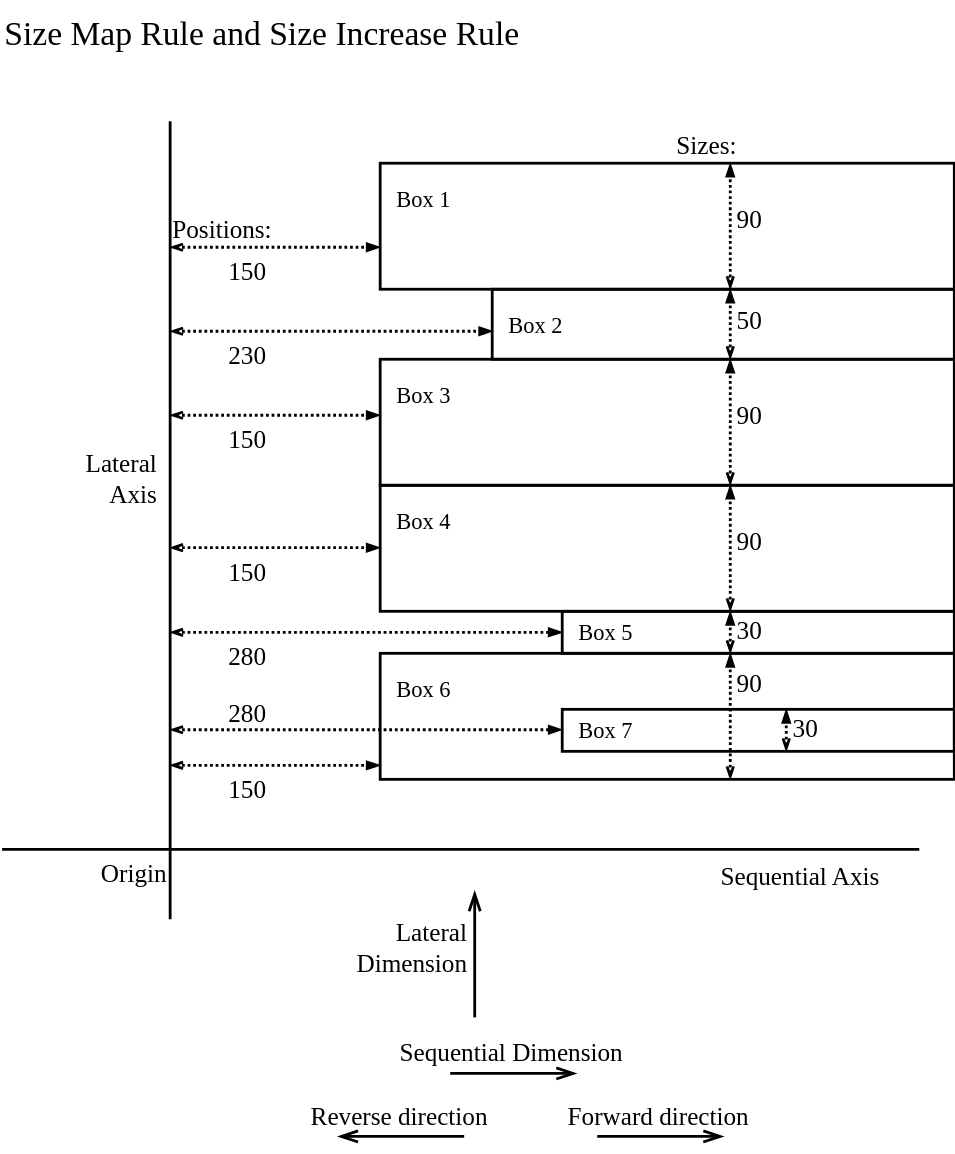
Before: documents/Specification/03ZoomingRules/SizeMapAndIncreaseRules.svg, a diagram exported from draw.io (dasher-project/dasher-web). Source tidied: cells renumbered, new cells last; positions are measured from the earlier drawing's top-left corner, leaving out a move shared by most shapes.
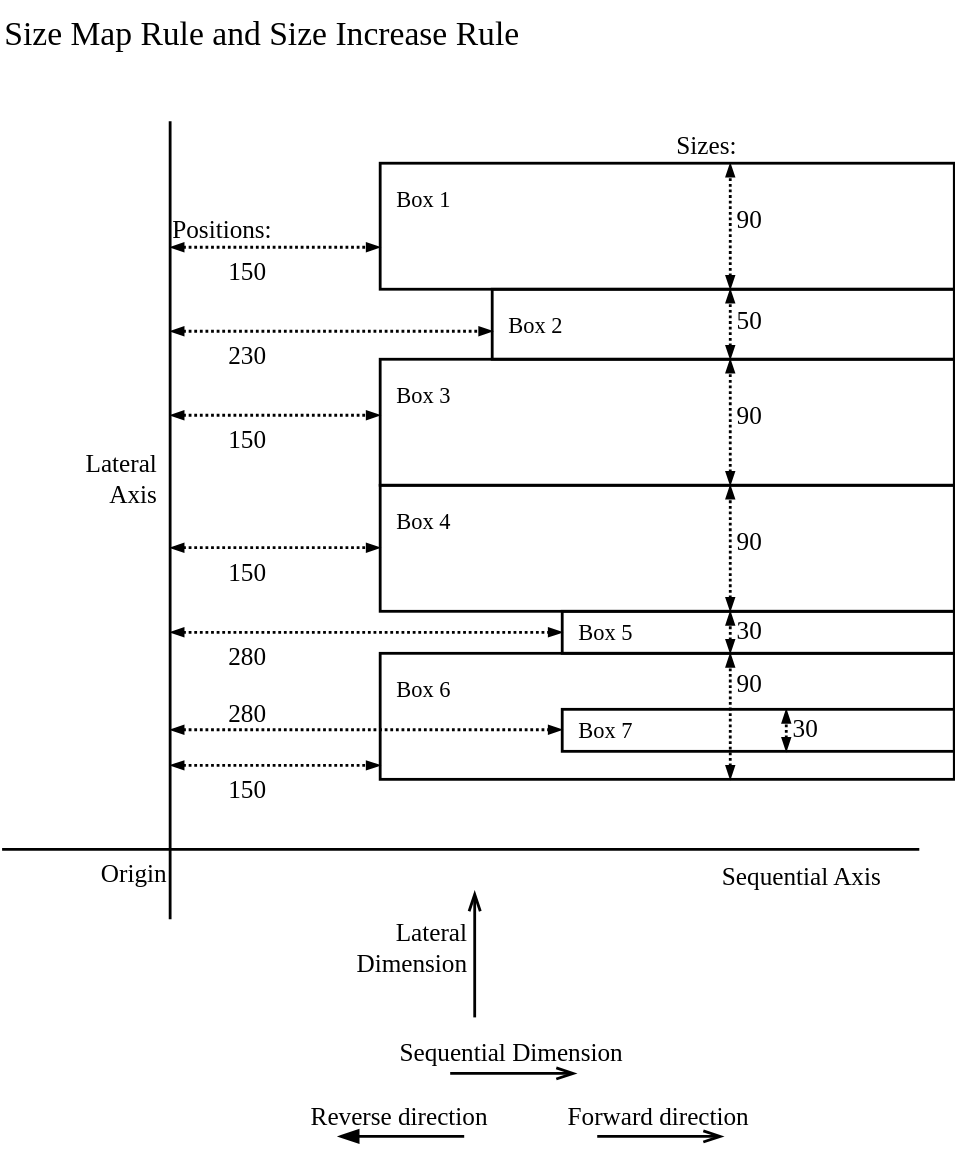
The same diagram one commit later.

Commit message:
Fix all arrow heads to be the same

What changed in the source:
```diff
@@ -39,7 +39,7 @@
         <mxPoint x="515" y="810" as="targetPoint" />
       </mxGeometry>
     </mxCell>
-    <mxCell id="9" value="Reverse direction" style="endArrow=none;fontSize=18;strokeWidth=2;endFill=0;endSize=10;labelBackgroundColor=none;spacingTop=0;align=center;rounded=0;elbow=vertical;fontFamily=Verdana;startArrow=openThin;startFill=0;startSize=10;verticalAlign=bottom;spacing=5;" parent="1" edge="1">
+    <mxCell id="9" value="Reverse direction" style="endArrow=none;fontSize=18;strokeWidth=2;endFill=0;endSize=10;labelBackgroundColor=none;spacingTop=0;align=center;rounded=0;elbow=vertical;fontFamily=Verdana;startArrow=blockThin;startFill=1;startSize=10;verticalAlign=bottom;spacing=5;" parent="1" edge="1">
       <mxGeometry x="-0.03" relative="1" as="geometry">
         <mxPoint x="240" y="810" as="sourcePoint" />
         <mxPoint x="330" y="810" as="targetPoint" />
@@ -63,7 +63,7 @@
     <mxCell id="15" value="Box 6" style="rounded=0;shadow=0;comic=0;labelBackgroundColor=none;strokeWidth=2;fillColor=none;fontFamily=Verdana;fontSize=16;align=left;arcSize=20;spacingTop=10;spacingLeft=10;spacing=2;spacingBottom=10;spacingRight=10;whiteSpace=wrap;verticalAlign=top;" parent="1" vertex="1">
       <mxGeometry x="270" y="465" width="410" height="90" as="geometry" />
     </mxCell>
-    <mxCell id="16" value="90" style="endArrow=blockThin;fontSize=18;strokeWidth=2;endFill=1;endSize=5;labelBackgroundColor=none;spacingTop=0;align=left;rounded=0;elbow=vertical;fontFamily=Verdana;startArrow=openThin;startFill=0;startSize=5;verticalAlign=middle;spacing=5;anchorPointDirection=1;dashed=1;dashPattern=1 1;" parent="1" edge="1">
+    <mxCell id="16" value="90" style="endArrow=blockThin;fontSize=18;strokeWidth=2;endFill=1;endSize=5;labelBackgroundColor=none;spacingTop=0;align=left;rounded=0;elbow=vertical;fontFamily=Verdana;startArrow=blockThin;startFill=1;startSize=5;verticalAlign=middle;spacing=5;anchorPointDirection=1;dashed=1;dashPattern=1 1;" parent="1" edge="1">
       <mxGeometry x="0.11" relative="1" as="geometry">
         <mxPoint x="520" y="205" as="sourcePoint" />
         <mxPoint x="520" y="115" as="targetPoint" />
@@ -73,83 +73,83 @@
     <mxCell id="17" value="Box 7" style="rounded=0;shadow=0;comic=0;labelBackgroundColor=none;strokeWidth=2;fillColor=none;fontFamily=Verdana;fontSize=16;align=left;arcSize=20;spacingTop=10;spacingLeft=10;spacing=2;spacingBottom=10;spacingRight=10;whiteSpace=wrap;verticalAlign=middle;" parent="1" vertex="1">
       <mxGeometry x="400" y="505" width="280" height="30" as="geometry" />
     </mxCell>
-    <mxCell id="18" value="90" style="endArrow=blockThin;fontSize=18;strokeWidth=2;endFill=1;endSize=5;labelBackgroundColor=none;spacingTop=0;align=left;rounded=0;elbow=vertical;fontFamily=Verdana;startArrow=openThin;startFill=0;startSize=5;verticalAlign=middle;spacing=5;anchorPointDirection=1;dashed=1;dashPattern=1 1;" parent="1" edge="1">
+    <mxCell id="18" value="90" style="endArrow=blockThin;fontSize=18;strokeWidth=2;endFill=1;endSize=5;labelBackgroundColor=none;spacingTop=0;align=left;rounded=0;elbow=vertical;fontFamily=Verdana;startArrow=blockThin;startFill=1;startSize=5;verticalAlign=middle;spacing=5;anchorPointDirection=1;dashed=1;dashPattern=1 1;" parent="1" edge="1">
       <mxGeometry x="0.11" relative="1" as="geometry">
         <mxPoint x="520" y="345" as="sourcePoint" />
         <mxPoint x="520" y="255" as="targetPoint" />
         <mxPoint y="-1" as="offset" />
       </mxGeometry>
     </mxCell>
-    <mxCell id="19" value="90" style="endArrow=blockThin;fontSize=18;strokeWidth=2;endFill=1;endSize=5;labelBackgroundColor=none;spacingTop=0;align=left;rounded=0;elbow=vertical;fontFamily=Verdana;startArrow=openThin;startFill=0;startSize=5;verticalAlign=middle;spacing=5;anchorPointDirection=1;dashed=1;dashPattern=1 1;" parent="1" edge="1">
+    <mxCell id="19" value="90" style="endArrow=blockThin;fontSize=18;strokeWidth=2;endFill=1;endSize=5;labelBackgroundColor=none;spacingTop=0;align=left;rounded=0;elbow=vertical;fontFamily=Verdana;startArrow=blockThin;startFill=1;startSize=5;verticalAlign=middle;spacing=5;anchorPointDirection=1;dashed=1;dashPattern=1 1;" parent="1" edge="1">
       <mxGeometry x="0.11" relative="1" as="geometry">
         <mxPoint x="520" y="435" as="sourcePoint" />
         <mxPoint x="520" y="345" as="targetPoint" />
         <mxPoint y="-1" as="offset" />
       </mxGeometry>
     </mxCell>
-    <mxCell id="20" value="90" style="endArrow=blockThin;fontSize=18;strokeWidth=2;endFill=1;endSize=5;labelBackgroundColor=none;spacingTop=0;align=left;rounded=0;elbow=vertical;fontFamily=Verdana;startArrow=openThin;startFill=0;startSize=5;verticalAlign=middle;spacing=5;anchorPointDirection=1;dashed=1;dashPattern=1 1;" parent="1" edge="1">
+    <mxCell id="20" value="90" style="endArrow=blockThin;fontSize=18;strokeWidth=2;endFill=1;endSize=5;labelBackgroundColor=none;spacingTop=0;align=left;rounded=0;elbow=vertical;fontFamily=Verdana;startArrow=blockThin;startFill=1;startSize=5;verticalAlign=middle;spacing=5;anchorPointDirection=1;dashed=1;dashPattern=1 1;" parent="1" edge="1">
       <mxGeometry x="0.56" relative="1" as="geometry">
         <mxPoint x="520" y="555" as="sourcePoint" />
         <mxPoint x="520" y="465" as="targetPoint" />
       </mxGeometry>
     </mxCell>
-    <mxCell id="21" value="50" style="endArrow=blockThin;fontSize=18;strokeWidth=2;endFill=1;endSize=5;labelBackgroundColor=none;spacingTop=0;align=left;rounded=0;elbow=vertical;fontFamily=Verdana;startArrow=openThin;startFill=0;startSize=5;verticalAlign=middle;spacing=5;anchorPointDirection=1;dashed=1;dashPattern=1 1;" parent="1" edge="1">
+    <mxCell id="21" value="50" style="endArrow=blockThin;fontSize=18;strokeWidth=2;endFill=1;endSize=5;labelBackgroundColor=none;spacingTop=0;align=left;rounded=0;elbow=vertical;fontFamily=Verdana;startArrow=blockThin;startFill=1;startSize=5;verticalAlign=middle;spacing=5;anchorPointDirection=1;dashed=1;dashPattern=1 1;" parent="1" edge="1">
       <mxGeometry x="0.11" relative="1" as="geometry">
         <mxPoint x="520" y="255" as="sourcePoint" />
         <mxPoint x="520" y="205" as="targetPoint" />
         <mxPoint y="-1" as="offset" />
       </mxGeometry>
     </mxCell>
-    <mxCell id="22" value="30" style="endArrow=blockThin;fontSize=18;strokeWidth=2;endFill=1;endSize=5;labelBackgroundColor=none;spacingTop=0;align=left;rounded=0;elbow=vertical;fontFamily=Verdana;startArrow=openThin;startFill=0;startSize=5;verticalAlign=middle;spacing=5;anchorPointDirection=1;dashed=1;dashPattern=1 1;" parent="1" edge="1">
+    <mxCell id="22" value="30" style="endArrow=blockThin;fontSize=18;strokeWidth=2;endFill=1;endSize=5;labelBackgroundColor=none;spacingTop=0;align=left;rounded=0;elbow=vertical;fontFamily=Verdana;startArrow=blockThin;startFill=1;startSize=5;verticalAlign=middle;spacing=5;anchorPointDirection=1;dashed=1;dashPattern=1 1;" parent="1" edge="1">
       <mxGeometry x="0.11" relative="1" as="geometry">
         <mxPoint x="520" y="465" as="sourcePoint" />
         <mxPoint x="520" y="435" as="targetPoint" />
         <mxPoint y="-1" as="offset" />
       </mxGeometry>
     </mxCell>
-    <mxCell id="23" value="30" style="endArrow=blockThin;fontSize=18;strokeWidth=2;endFill=1;endSize=5;labelBackgroundColor=none;spacingTop=0;align=left;rounded=0;elbow=vertical;fontFamily=Verdana;startArrow=openThin;startFill=0;startSize=5;verticalAlign=middle;spacing=5;anchorPointDirection=1;dashed=1;dashPattern=1 1;" parent="1" edge="1">
+    <mxCell id="23" value="30" style="endArrow=blockThin;fontSize=18;strokeWidth=2;endFill=1;endSize=5;labelBackgroundColor=none;spacingTop=0;align=left;rounded=0;elbow=vertical;fontFamily=Verdana;startArrow=blockThin;startFill=1;startSize=5;verticalAlign=middle;spacing=5;anchorPointDirection=1;dashed=1;dashPattern=1 1;" parent="1" edge="1">
       <mxGeometry x="0.11" relative="1" as="geometry">
         <mxPoint x="560" y="535" as="sourcePoint" />
         <mxPoint x="560" y="505" as="targetPoint" />
         <mxPoint y="-1" as="offset" />
       </mxGeometry>
     </mxCell>
-    <mxCell id="24" value="150" style="endArrow=blockThin;fontSize=18;strokeWidth=2;endFill=1;endSize=5;labelBackgroundColor=none;spacingTop=0;align=left;rounded=0;elbow=vertical;fontFamily=Verdana;startArrow=openThin;startFill=0;startSize=5;verticalAlign=top;dashed=1;dashPattern=1 1;" parent="1" edge="1">
+    <mxCell id="24" value="150" style="endArrow=blockThin;fontSize=18;strokeWidth=2;endFill=1;endSize=5;labelBackgroundColor=none;spacingTop=0;align=left;rounded=0;elbow=vertical;fontFamily=Verdana;startArrow=blockThin;startFill=1;startSize=5;verticalAlign=top;dashed=1;dashPattern=1 1;" parent="1" edge="1">
       <mxGeometry x="-0.47" relative="1" as="geometry">
         <mxPoint x="120" y="175" as="sourcePoint" />
         <mxPoint x="270" y="175" as="targetPoint" />
       </mxGeometry>
     </mxCell>
-    <mxCell id="25" value="230" style="endArrow=blockThin;fontSize=18;strokeWidth=2;endFill=1;endSize=5;labelBackgroundColor=none;spacingTop=0;align=left;rounded=0;elbow=vertical;fontFamily=Verdana;startArrow=openThin;startFill=0;startSize=5;verticalAlign=top;entryX=0.001;entryY=0.6;entryDx=0;entryDy=0;entryPerimeter=0;dashed=1;dashPattern=1 1;" parent="1" edge="1" target="11">
+    <mxCell id="25" value="230" style="endArrow=blockThin;fontSize=18;strokeWidth=2;endFill=1;endSize=5;labelBackgroundColor=none;spacingTop=0;align=left;rounded=0;elbow=vertical;fontFamily=Verdana;startArrow=blockThin;startFill=1;startSize=5;verticalAlign=top;entryX=0.001;entryY=0.6;entryDx=0;entryDy=0;entryPerimeter=0;dashed=1;dashPattern=1 1;" parent="1" edge="1" target="11">
       <mxGeometry x="-0.65" relative="1" as="geometry">
         <mxPoint x="120" y="235" as="sourcePoint" />
       </mxGeometry>
     </mxCell>
-    <mxCell id="26" value="280" style="endArrow=blockThin;fontSize=18;strokeWidth=2;endFill=1;endSize=5;labelBackgroundColor=none;spacingTop=0;align=left;rounded=0;elbow=vertical;fontFamily=Verdana;startArrow=openThin;startFill=0;startSize=5;verticalAlign=top;dashed=1;dashPattern=1 1;" parent="1" edge="1">
+    <mxCell id="26" value="280" style="endArrow=blockThin;fontSize=18;strokeWidth=2;endFill=1;endSize=5;labelBackgroundColor=none;spacingTop=0;align=left;rounded=0;elbow=vertical;fontFamily=Verdana;startArrow=blockThin;startFill=1;startSize=5;verticalAlign=top;dashed=1;dashPattern=1 1;" parent="1" edge="1">
       <mxGeometry x="-0.71" relative="1" as="geometry">
         <mxPoint x="120" y="450" as="sourcePoint" />
         <mxPoint x="400" y="450" as="targetPoint" />
       </mxGeometry>
     </mxCell>
-    <mxCell id="27" value="150" style="endArrow=blockThin;fontSize=18;strokeWidth=2;endFill=1;endSize=5;labelBackgroundColor=none;spacingTop=0;align=left;rounded=0;elbow=vertical;fontFamily=Verdana;startArrow=openThin;startFill=0;startSize=5;verticalAlign=top;dashed=1;dashPattern=1 1;" parent="1" edge="1">
+    <mxCell id="27" value="150" style="endArrow=blockThin;fontSize=18;strokeWidth=2;endFill=1;endSize=5;labelBackgroundColor=none;spacingTop=0;align=left;rounded=0;elbow=vertical;fontFamily=Verdana;startArrow=blockThin;startFill=1;startSize=5;verticalAlign=top;dashed=1;dashPattern=1 1;" parent="1" edge="1">
       <mxGeometry x="-0.47" relative="1" as="geometry">
         <mxPoint x="120" y="295" as="sourcePoint" />
         <mxPoint x="270" y="295" as="targetPoint" />
       </mxGeometry>
     </mxCell>
-    <mxCell id="28" value="150" style="endArrow=blockThin;fontSize=18;strokeWidth=2;endFill=1;endSize=5;labelBackgroundColor=none;spacingTop=0;align=left;rounded=0;elbow=vertical;fontFamily=Verdana;startArrow=openThin;startFill=0;startSize=5;verticalAlign=top;dashed=1;dashPattern=1 1;" parent="1" edge="1">
+    <mxCell id="28" value="150" style="endArrow=blockThin;fontSize=18;strokeWidth=2;endFill=1;endSize=5;labelBackgroundColor=none;spacingTop=0;align=left;rounded=0;elbow=vertical;fontFamily=Verdana;startArrow=blockThin;startFill=1;startSize=5;verticalAlign=top;dashed=1;dashPattern=1 1;" parent="1" edge="1">
       <mxGeometry x="-0.47" relative="1" as="geometry">
         <mxPoint x="120" y="389.6" as="sourcePoint" />
         <mxPoint x="270" y="389.6" as="targetPoint" />
       </mxGeometry>
     </mxCell>
-    <mxCell id="29" value="150" style="endArrow=blockThin;fontSize=18;strokeWidth=2;endFill=1;endSize=5;labelBackgroundColor=none;spacingTop=0;align=left;rounded=0;elbow=vertical;fontFamily=Verdana;startArrow=openThin;startFill=0;startSize=5;verticalAlign=top;dashed=1;dashPattern=1 1;" parent="1" edge="1">
+    <mxCell id="29" value="150" style="endArrow=blockThin;fontSize=18;strokeWidth=2;endFill=1;endSize=5;labelBackgroundColor=none;spacingTop=0;align=left;rounded=0;elbow=vertical;fontFamily=Verdana;startArrow=blockThin;startFill=1;startSize=5;verticalAlign=top;dashed=1;dashPattern=1 1;" parent="1" edge="1">
       <mxGeometry x="-0.47" relative="1" as="geometry">
         <mxPoint x="120" y="545" as="sourcePoint" />
         <mxPoint x="270" y="545" as="targetPoint" />
       </mxGeometry>
     </mxCell>
-    <mxCell id="30" value="280" style="endArrow=blockThin;fontSize=18;strokeWidth=2;endFill=1;endSize=5;labelBackgroundColor=none;spacingTop=0;align=left;rounded=0;elbow=vertical;fontFamily=Verdana;startArrow=openThin;startFill=0;startSize=5;verticalAlign=bottom;dashed=1;dashPattern=1 1;" parent="1" edge="1">
+    <mxCell id="30" value="280" style="endArrow=blockThin;fontSize=18;strokeWidth=2;endFill=1;endSize=5;labelBackgroundColor=none;spacingTop=0;align=left;rounded=0;elbow=vertical;fontFamily=Verdana;startArrow=blockThin;startFill=1;startSize=5;verticalAlign=bottom;dashed=1;dashPattern=1 1;" parent="1" edge="1">
       <mxGeometry x="-0.71" relative="1" as="geometry">
         <mxPoint x="120" y="519.6" as="sourcePoint" />
         <mxPoint x="400" y="519.6" as="targetPoint" />
```
